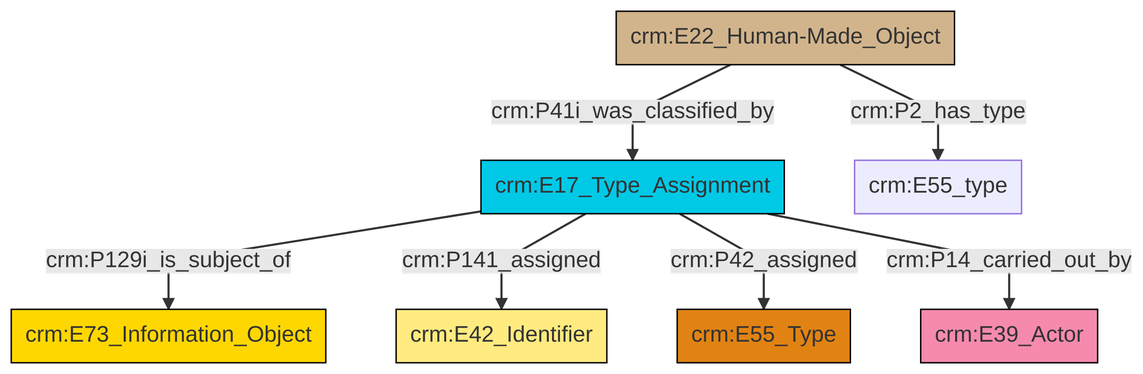
Before: et/builtWorkCSV/ttl/mmd/png/Built_Work_designation_status.png, a diagram exported from Mermaid (swiss-art-research-net/docs.swissartresearch). Its source is kept beside it as et/builtWorkCSV/ttl/mmd/Built_Work_designation_status.ttl.mmd.
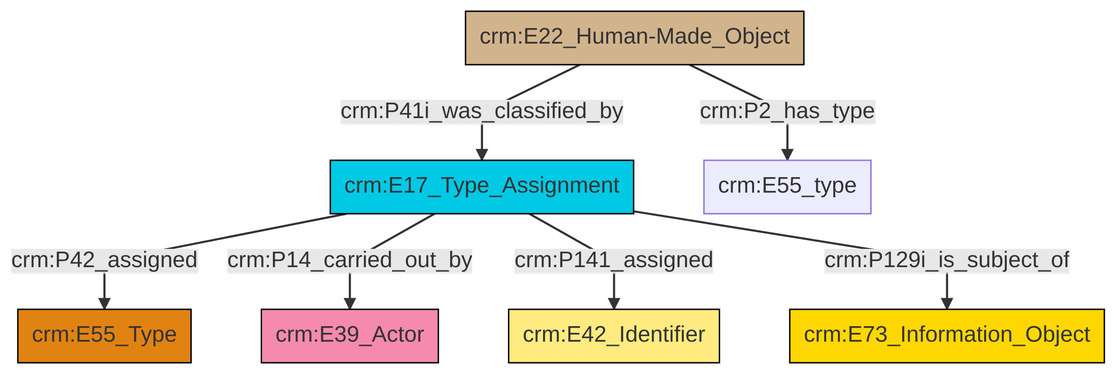
The same diagram one commit later.

What changed in the source:
```diff
@@ -13,9 +13,9 @@
 classDef PC_Classes fill:#4ce600, stroke:#000000;
 classDef Multi fill:#cccccc,stroke:#000000;
 
-0["crm:E17_Type_Assignment"]:::Temporal_Entity -->|crm:P129i_is_subject_of| 1["crm:E73_Information_Object"]:::Conceptual_Object
-7["crm:E22_Human-Made_Object"]:::Physical_Thing -->|crm:P41i_was_classified_by| 0["crm:E17_Type_Assignment"]:::Temporal_Entity
-7["crm:E22_Human-Made_Object"]:::Physical_Thing -->|crm:P2_has_type| 5["crm:E55_type"]:::Default
-0["crm:E17_Type_Assignment"]:::Temporal_Entity -->|crm:P141_assigned| 3["crm:E42_Identifier"]:::Appellation
-0["crm:E17_Type_Assignment"]:::Temporal_Entity -->|crm:P42_assigned| 9["crm:E55_Type"]:::Type
-0["crm:E17_Type_Assignment"]:::Temporal_Entity -->|crm:P14_carried_out_by| 13["crm:E39_Actor"]:::Actor
+4["crm:E17_Type_Assignment"]:::Temporal_Entity -->|crm:P42_assigned| 5["crm:E55_Type"]:::Type
+4["crm:E17_Type_Assignment"]:::Temporal_Entity -->|crm:P14_carried_out_by| 6["crm:E39_Actor"]:::Actor
+4["crm:E17_Type_Assignment"]:::Temporal_Entity -->|crm:P141_assigned| 0["crm:E42_Identifier"]:::Appellation
+4["crm:E17_Type_Assignment"]:::Temporal_Entity -->|crm:P129i_is_subject_of| 10["crm:E73_Information_Object"]:::Conceptual_Object
+2["crm:E22_Human-Made_Object"]:::Physical_Thing -->|crm:P41i_was_classified_by| 4["crm:E17_Type_Assignment"]:::Temporal_Entity
+2["crm:E22_Human-Made_Object"]:::Physical_Thing -->|crm:P2_has_type| 7["crm:E55_type"]:::Default
```
